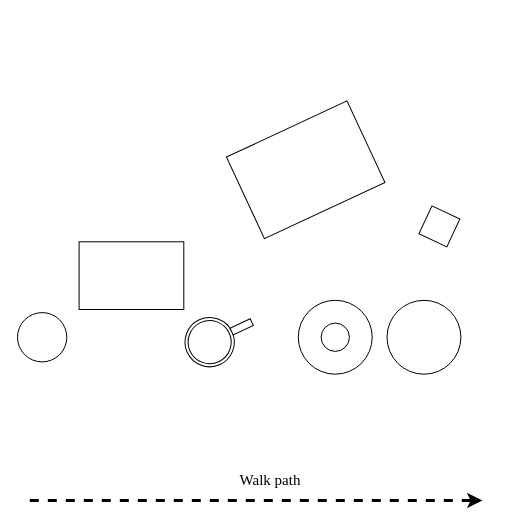
Before: page "HardwareTest" (16 of 16) of figs/Diagrams.drawio in EpEpDragon/MThesis, a draw.io diagram. Source tidied: cells renumbered, new cells numbered last; positions are measured from the earlier drawing's top-left corner, leaving out a move shared by most shapes. Both pictures are drawn from the tidied source at 100%, with x=0, y=0 at pixel (17, 100).
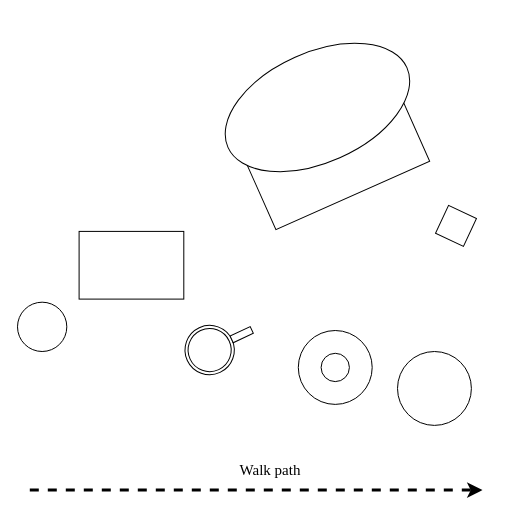
After the change.

What changed in the source:
```diff
@@
 <mxGraphModel>
   <root>
     <mxCell id="0" />
     <mxCell id="1" parent="0" />
-    <mxCell id="2" style="group;" parent="1" vertex="1">
-      <mxGeometry y="0.4" width="465" height="399.6" as="geometry" />
-    </mxCell>
-    <mxCell id="3" style="whiteSpace=wrap;html=1;rotation=-25;" parent="2" vertex="1">
-      <mxGeometry x="221.7" y="23.9" width="133" height="89.9" as="geometry" />
-    </mxCell>
-    <mxCell id="4" style="rounded=0;whiteSpace=wrap;html=1;" parent="2" vertex="1">
-      <mxGeometry x="61.6" y="140.9" width="104.7" height="67.7" as="geometry" />
+    <mxCell id="4" style="rounded=0;whiteSpace=wrap;html=1;" parent="1" vertex="1">
+      <mxGeometry x="61.6" y="130.9" width="104.7" height="67.7" as="geometry" />
     </mxCell>
-    <mxCell id="5" style="group;rotation=-25;" parent="2" vertex="1">
-      <mxGeometry x="166.3" y="211.7" width="71.4" height="49.3" as="geometry" />
+    <mxCell id="5" style="group;rotation=-25;" parent="1" vertex="1">
+      <mxGeometry x="166.3" y="220" width="71.4" height="49.3" as="geometry" />
     </mxCell>
     <mxCell id="6" style="ellipse;whiteSpace=wrap;html=1;rotation=-25;" parent="5" vertex="1">
       <mxGeometry x="1.2" y="4.9" width="49.3" height="49.3" as="geometry" />
     </mxCell>
     <mxCell id="7" style="ellipse;whiteSpace=wrap;html=1;rotation=-25;" parent="5" vertex="1">
       <mxGeometry x="4.3" y="8" width="43.1" height="43.1" as="geometry" />
     </mxCell>
     <mxCell id="8" style="rounded=0;whiteSpace=wrap;html=1;rotation=-25;" parent="5" vertex="1">
       <mxGeometry x="46.8" y="10.5" width="22.2" height="7.4" as="geometry" />
     </mxCell>
-    <mxCell id="9" style="ellipse;whiteSpace=wrap;html=1;" parent="2" vertex="1">
-      <mxGeometry y="211.7" width="49.3" height="49.3" as="geometry" />
+    <mxCell id="9" style="ellipse;whiteSpace=wrap;html=1;" parent="1" vertex="1">
+      <mxGeometry y="201.7" width="49.3" height="49.3" as="geometry" />
     </mxCell>
-    <mxCell id="10" style="group;" parent="2" vertex="1">
-      <mxGeometry x="280.8" y="199.4" width="73.9" height="73.9" as="geometry" />
+    <mxCell id="10" style="group;" parent="1" vertex="1">
+      <mxGeometry x="280.8" y="230" width="73.9" height="73.9" as="geometry" />
     </mxCell>
     <mxCell id="11" style="ellipse;whiteSpace=wrap;html=1;" parent="10" vertex="1">
       <mxGeometry width="73.9" height="73.9" as="geometry" />
     </mxCell>
     <mxCell id="12" style="ellipse;whiteSpace=wrap;html=1;" parent="10" vertex="1">
       <mxGeometry x="22.8" y="22.8" width="28.3" height="28.3" as="geometry" />
     </mxCell>
-    <mxCell id="13" style="ellipse;whiteSpace=wrap;html=1;" parent="2" vertex="1">
-      <mxGeometry x="369.5" y="199.4" width="73.9" height="73.9" as="geometry" />
+    <mxCell id="13" style="ellipse;whiteSpace=wrap;html=1;" parent="1" vertex="1">
+      <mxGeometry x="380" y="251" width="73.9" height="73.9" as="geometry" />
     </mxCell>
-    <mxCell id="14" style="whiteSpace=wrap;html=1;rotation=-65;" parent="2" vertex="1">
-      <mxGeometry x="406.5" y="110.1" width="30.8" height="30.8" as="geometry" />
+    <mxCell id="14" style="whiteSpace=wrap;html=1;rotation=-65;" parent="1" vertex="1">
+      <mxGeometry x="423.1" y="110" width="30.8" height="30.8" as="geometry" />
     </mxCell>
-    <mxCell id="15" style="endArrow=classic;html=1;rounded=0;strokeWidth=3;dashed=1;" parent="2" edge="1">
+    <mxCell id="15" style="endArrow=classic;html=1;rounded=0;strokeWidth=3;dashed=1;" parent="1" edge="1">
       <mxGeometry relative="1" as="geometry">
-        <mxPoint x="12.3" y="399.6" as="sourcePoint" />
-        <mxPoint x="465" y="399.6" as="targetPoint" />
+        <mxPoint x="12.3" y="389.6" as="sourcePoint" />
+        <mxPoint x="465" y="389.6" as="targetPoint" />
       </mxGeometry>
     </mxCell>
-    <mxCell id="16" value="Walk path" style="text;html=1;align=center;verticalAlign=middle;whiteSpace=wrap;rounded=0;fontFamily=Times New Roman;fontSize=15;fontColor=default;" parent="2" vertex="1">
-      <mxGeometry x="210" y="369.6" width="86.2" height="18.5" as="geometry" />
+    <mxCell id="16" value="Walk path" style="text;html=1;align=center;verticalAlign=middle;whiteSpace=wrap;rounded=0;fontFamily=Times New Roman;fontSize=15;fontColor=default;" parent="1" vertex="1">
+      <mxGeometry x="210" y="359.6" width="86.2" height="18.5" as="geometry" />
     </mxCell>
+    <mxCell id="17" style="group;rotation=-24;" parent="1" vertex="1">
+      <mxGeometry x="210" y="-50" width="195.9" height="150" as="geometry" />
+    </mxCell>
+    <mxCell id="3" style="whiteSpace=wrap;html=1;rotation=-24;" parent="17" vertex="1">
+      <mxGeometry x="18" y="36" width="168.3" height="113.8" as="geometry" />
+    </mxCell>
+    <mxCell id="18" style="ellipse;whiteSpace=wrap;html=1;rounded=0;align=center;verticalAlign=middle;fontFamily=Times New Roman;fontSize=15;fontColor=default;fillColor=default;gradientColor=none;rotation=-24;" parent="17" vertex="1">
+      <mxGeometry x="-8" y="2" width="195.9" height="110" as="geometry" />
+    </mxCell>
   </root>
 </mxGraphModel>
```
